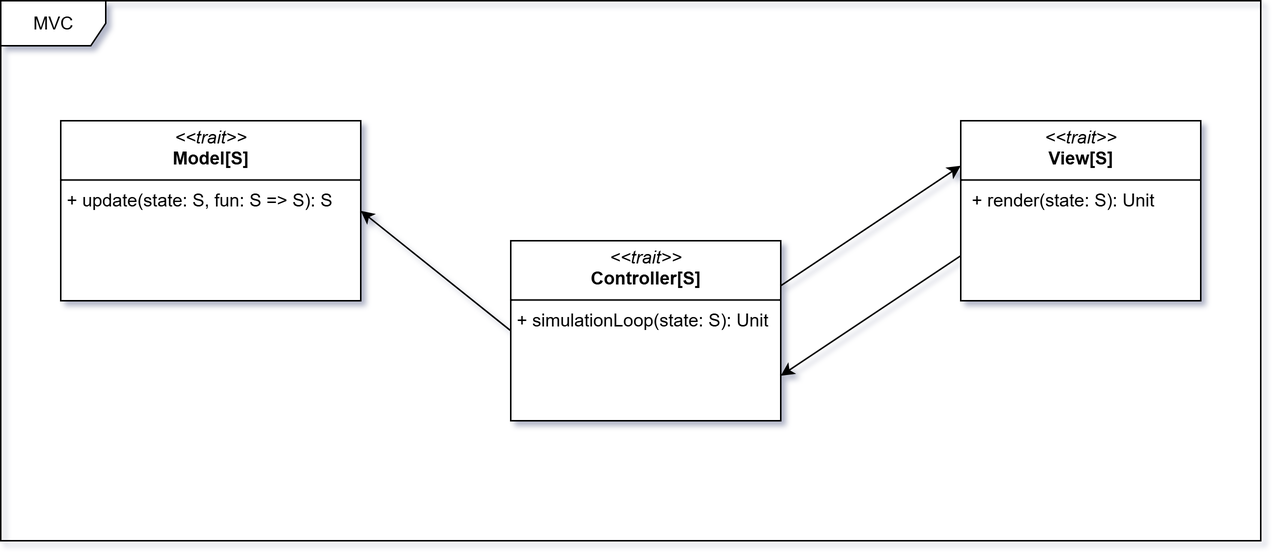
Above: docs/static/img/03-architectural-design/mvc.png in Scala-Robotics-Simulator/PPS-22-srs (draw.io), before the change. Source tidied: cells renumbered, new cells last; positions are measured from the earlier drawing's top-left corner, leaving out a move shared by most shapes.
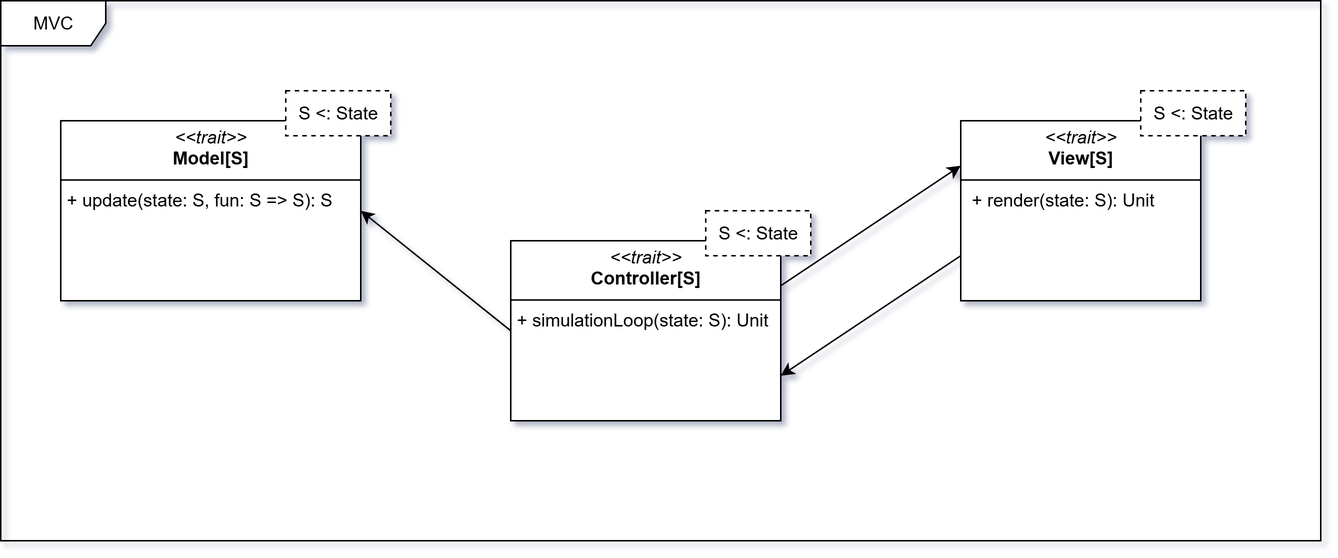
Later version of the same file.

Commit message:
docs: enhance architectural design documentation with generic state representation details

Diff of the diagram source:
```diff
@@ -3,7 +3,7 @@
     <mxCell id="0" />
     <mxCell id="1" parent="0" />
     <mxCell id="2" value="MVC" style="shape=umlFrame;whiteSpace=wrap;html=1;width=70;height=30;" parent="1" vertex="1">
-      <mxGeometry width="840" height="360" as="geometry" />
+      <mxGeometry width="880" height="360" as="geometry" />
     </mxCell>
     <mxCell id="3" style="rounded=0;jettySize=auto;html=1;entryX=1;entryY=0.5;entryDx=0;entryDy=0;exitX=0;exitY=0.5;exitDx=0;exitDy=0;" parent="1" edge="1" source="5" target="8">
       <mxGeometry relative="1" as="geometry" />
@@ -23,5 +23,14 @@
     <mxCell id="8" value="&lt;p style=&quot;margin:0px;margin-top:4px;text-align:center;&quot;&gt;&lt;i style=&quot;&quot;&gt;&amp;lt;&amp;lt;trait&amp;gt;&amp;gt;&lt;/i&gt;&lt;br&gt;&lt;b&gt;Model[S]&lt;/b&gt;&lt;/p&gt;&lt;hr size=&quot;1&quot; style=&quot;border-style:solid;&quot;&gt;&lt;p style=&quot;margin:0px;margin-left:4px;&quot;&gt;+ update(state: S, fun: S =&amp;gt; S): S&lt;/p&gt;" style="verticalAlign=top;align=left;overflow=fill;html=1;whiteSpace=wrap;" parent="1" vertex="1">
       <mxGeometry x="40" y="80" width="200" height="120" as="geometry" />
     </mxCell>
+    <mxCell id="9" value="S &amp;lt;: State" style="rounded=0;whiteSpace=wrap;html=1;dashed=1;" parent="1" vertex="1">
+      <mxGeometry x="190" y="60" width="70" height="30" as="geometry" />
+    </mxCell>
+    <mxCell id="10" value="S &amp;lt;: State" style="rounded=0;whiteSpace=wrap;html=1;dashed=1;" parent="1" vertex="1">
+      <mxGeometry x="470" y="140" width="70" height="30" as="geometry" />
+    </mxCell>
+    <mxCell id="11" value="S &amp;lt;: State" style="rounded=0;whiteSpace=wrap;html=1;dashed=1;" parent="1" vertex="1">
+      <mxGeometry x="760" y="60" width="70" height="30" as="geometry" />
+    </mxCell>
   </root>
 </mxGraphModel>
```
